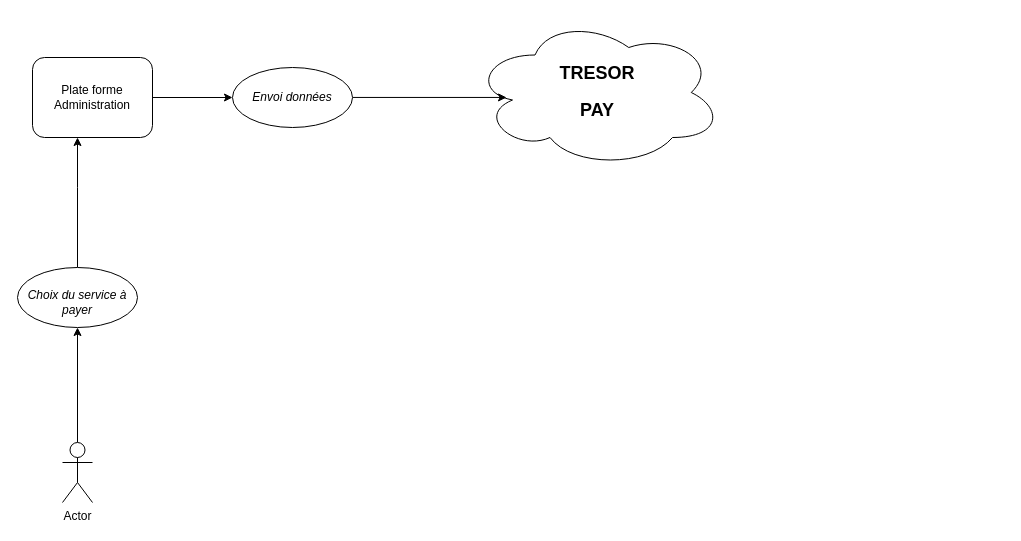
Above: Untitled Diagram.drawio in fnarsiste/diagrams (draw.io), before the change. Source tidied: cells renumbered, new cells numbered last; positions are measured from the earlier drawing's top-left corner, leaving out a move shared by most shapes. Both pictures are drawn from the tidied source at 100%, with x=0, y=0 at pixel (17, 17).
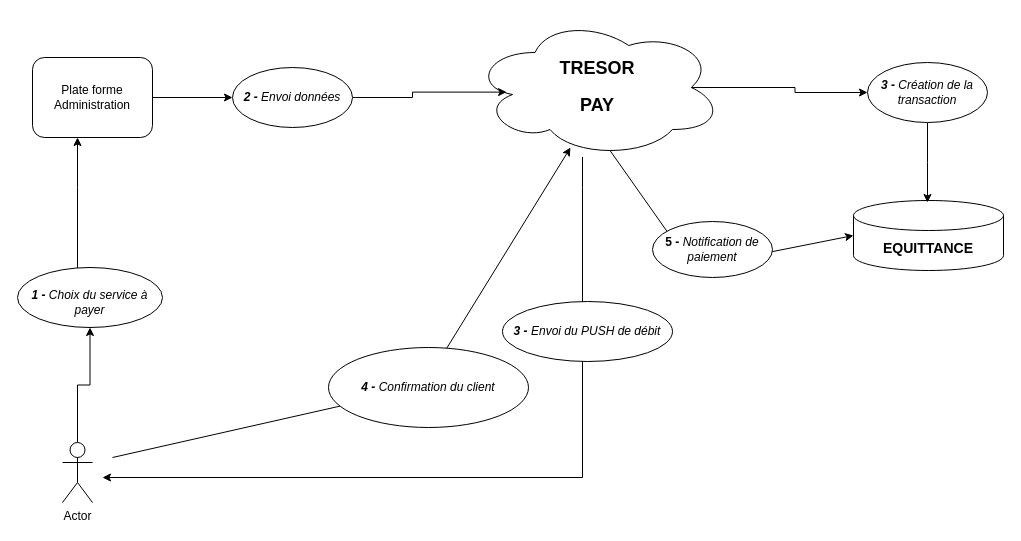
Above is the later version.

The edit, as a diff of the source:
```diff
@@
+    <mxCell id="11" style="edgeStyle=orthogonalEdgeStyle;rounded=0;jettySize=auto;html=1;exitX=0.875;exitY=0.5;exitDx=0;exitDy=0;exitPerimeter=0;" parent="1" edge="1" source="4" target="15">
+      <mxGeometry relative="1" as="geometry" />
+    </mxCell>
+    <mxCell id="12" style="edgeStyle=orthogonalEdgeStyle;rounded=0;jettySize=auto;html=1;" parent="1" edge="1" source="4">
+      <mxGeometry relative="1" as="geometry">
+        <mxPoint x="85" y="460" as="targetPoint" />
+        <Array as="points">
+          <mxPoint x="565" y="170" />
+          <mxPoint x="565" y="170" />
+        </Array>
+      </mxGeometry>
+    </mxCell>
     <mxCell id="4" value="&lt;div&gt;&lt;h2&gt;&lt;b&gt;TRESOR &lt;br&gt;&lt;/b&gt;&lt;/h2&gt;&lt;/div&gt;&lt;div&gt;&lt;h2&gt;&lt;b&gt;PAY&lt;/b&gt;&lt;/h2&gt;&lt;/div&gt;" style="ellipse;shape=cloud;whiteSpace=wrap;html=1;" parent="1" vertex="1">
-      <mxGeometry x="455" width="250" height="150" as="geometry" />
+      <mxGeometry x="455" width="250" height="140" as="geometry" />
     </mxCell>
@@
-    <mxCell id="6" value="&lt;i&gt;Envoi données&lt;/i&gt;" style="ellipse;whiteSpace=wrap;html=1;rounded=1;" parent="1" vertex="1">
+    <mxCell id="6" value="&lt;i&gt;&lt;b&gt;2 - &lt;/b&gt;Envoi données&lt;/i&gt;" style="ellipse;whiteSpace=wrap;html=1;rounded=1;" parent="1" vertex="1">
       <mxGeometry x="215" y="50" width="120" height="60" as="geometry" />
     </mxCell>
@@
-    <mxCell id="10" value="&lt;br&gt;&lt;div&gt;&lt;i&gt;Choix du service à payer&lt;/i&gt;&lt;/div&gt;" style="ellipse;whiteSpace=wrap;html=1;verticalAlign=top;" parent="1" vertex="1">
-      <mxGeometry y="250" width="120" height="60" as="geometry" />
+    <mxCell id="10" value="&lt;br&gt;&lt;div&gt;&lt;i&gt;&lt;b&gt;1 - &lt;/b&gt;Choix du service à payer&lt;/i&gt;&lt;/div&gt;" style="ellipse;whiteSpace=wrap;html=1;verticalAlign=top;" parent="1" vertex="1">
+      <mxGeometry y="250" width="145" height="60" as="geometry" />
     </mxCell>
+    <mxCell id="13" value="&lt;h3&gt;&lt;b&gt;EQUITTANCE&lt;/b&gt;&lt;/h3&gt;" style="shape=cylinder3;whiteSpace=wrap;html=1;boundedLbl=1;backgroundOutline=1;size=15;" parent="1" vertex="1">
+      <mxGeometry x="836" y="183" width="150" height="70" as="geometry" />
+    </mxCell>
+    <mxCell id="14" style="edgeStyle=orthogonalEdgeStyle;rounded=0;jettySize=auto;html=1;" parent="1" edge="1" source="15">
+      <mxGeometry relative="1" as="geometry">
+        <mxPoint x="910" y="185" as="targetPoint" />
+      </mxGeometry>
+    </mxCell>
+    <mxCell id="15" value="&lt;i&gt;&lt;b&gt;3 - &lt;/b&gt;Création de la transaction&lt;/i&gt;" style="ellipse;whiteSpace=wrap;html=1;" parent="1" vertex="1">
+      <mxGeometry x="850" y="45" width="120" height="60" as="geometry" />
+    </mxCell>
+    <mxCell id="16" value="&lt;i&gt;&lt;b&gt;3 - &lt;/b&gt;Envoi du PUSH de débit&lt;/i&gt;" style="ellipse;whiteSpace=wrap;html=1;" parent="1" vertex="1">
+      <mxGeometry x="485" y="284" width="170" height="60" as="geometry" />
+    </mxCell>
+    <mxCell id="17" style="endArrow=classic;html=1;rounded=0;entryX=0.392;entryY=0.929;entryDx=0;entryDy=0;entryPerimeter=0;" parent="1" edge="1" target="4">
+      <mxGeometry relative="1" as="geometry">
+        <mxPoint x="95" y="440" as="sourcePoint" />
+        <Array as="points">
+          <mxPoint x="405" y="370" />
+        </Array>
+      </mxGeometry>
+    </mxCell>
+    <mxCell id="18" value="&lt;i&gt;&lt;b&gt;4 - &lt;/b&gt;Confirmation du client&lt;/i&gt;" style="ellipse;whiteSpace=wrap;html=1;" parent="1" vertex="1">
+      <mxGeometry x="311" y="330" width="200" height="80" as="geometry" />
+    </mxCell>
+    <mxCell id="19" style="endArrow=classic;html=1;rounded=0;exitX=0.55;exitY=0.95;exitDx=0;exitDy=0;exitPerimeter=0;entryX=0;entryY=0.5;entryDx=0;entryDy=0;entryPerimeter=0;" parent="1" edge="1" source="4" target="13">
+      <mxGeometry relative="1" as="geometry">
+        <Array as="points">
+          <mxPoint x="675" y="250" />
+        </Array>
+      </mxGeometry>
+    </mxCell>
+    <mxCell id="20" value="&lt;b&gt;5 - &lt;/b&gt;&lt;i&gt;Notification de paiement&lt;/i&gt;" style="ellipse;whiteSpace=wrap;html=1;" parent="1" vertex="1">
+      <mxGeometry x="635" y="204" width="120" height="56" as="geometry" />
+    </mxCell>
```
